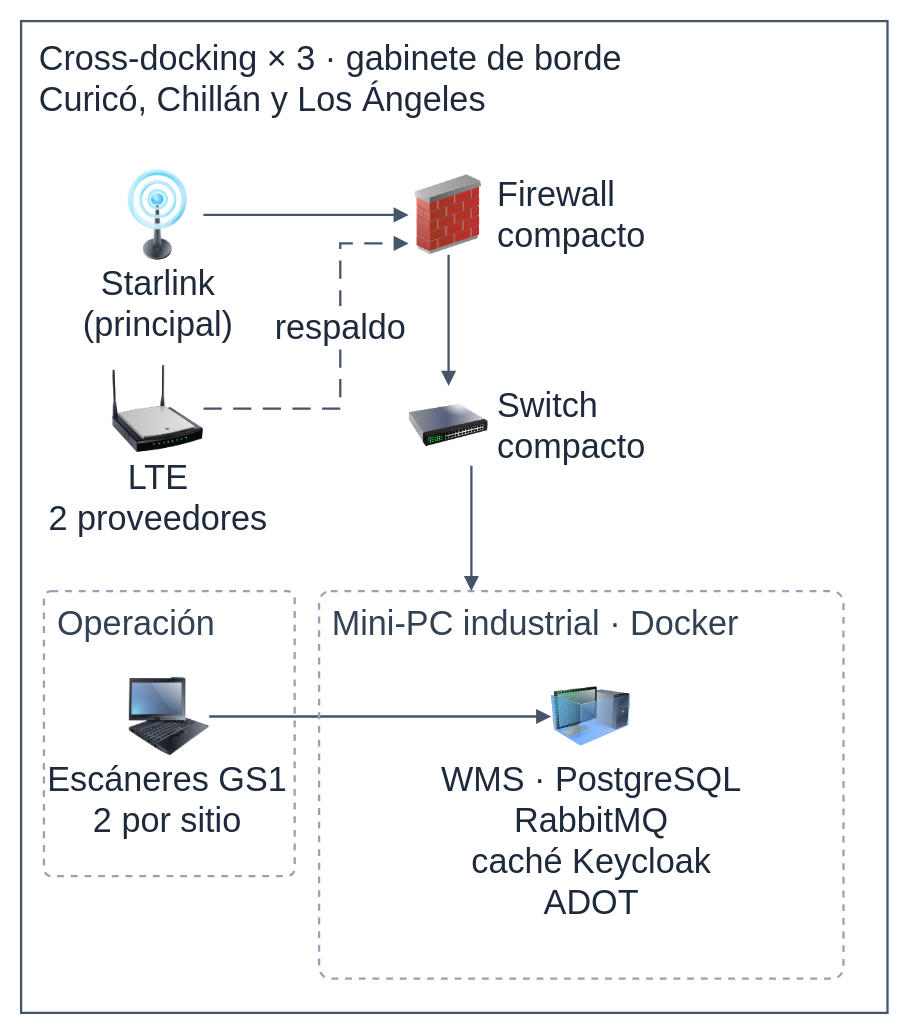
This is 04/figuras/fuentes/fisica/Arquitectura_Fisica_Crossdocking.drawio from PatricioH315/LafroX, a draw.io file, before an edit. Source tidied: cells renumbered, new cells numbered last; positions are measured from the earlier drawing's top-left corner, leaving out a move shared by most shapes. Both pictures are drawn from the tidied source at 114%, with x=0, y=0 at pixel (21, 21).
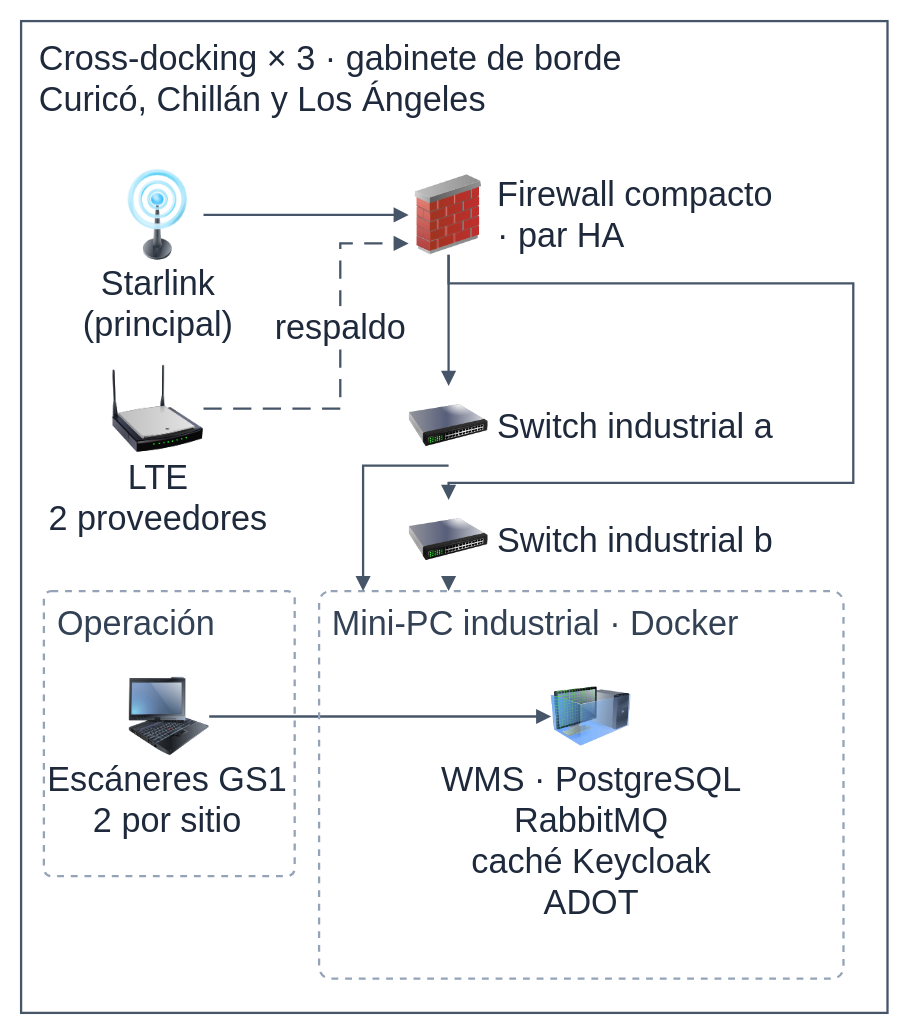
The same diagram, later.

Change to the diagram source:
```diff
@@
-    <mxCell id="8" value="Firewall&lt;br&gt;compacto" style="text;html=1;align=left;verticalAlign=middle;fontSize=30;fontColor=#1e293b;fillColor=#ffffff;whiteSpace=nowrap;spacing=0;" parent="1" vertex="1">
-      <mxGeometry x="418" y="134" width="146.9" height="72" as="geometry" />
+    <mxCell id="8" value="Firewall compacto&lt;br&gt;· par HA" style="text;html=1;align=left;verticalAlign=middle;fontSize=30;fontColor=#1e293b;fillColor=#ffffff;whiteSpace=nowrap;spacing=0;" parent="1" vertex="1">
+      <mxGeometry x="418" y="134" width="300" height="72" as="geometry" />
     </mxCell>
@@
-    <mxCell id="10" value="Switch&lt;br&gt;compacto" style="text;html=1;align=left;verticalAlign=middle;fontSize=30;fontColor=#1e293b;fillColor=#ffffff;whiteSpace=nowrap;spacing=0;" parent="1" vertex="1">
-      <mxGeometry x="418" y="319" width="146.9" height="72" as="geometry" />
+    <mxCell id="10" value="Switch industrial a" style="text;html=1;align=left;verticalAlign=middle;fontSize=30;fontColor=#1e293b;fillColor=#ffffff;whiteSpace=nowrap;spacing=0;" parent="1" vertex="1">
+      <mxGeometry x="418" y="319" width="300" height="72" as="geometry" />
     </mxCell>
@@
     <mxCell id="22" style="edgeStyle=none;rounded=0;html=1;strokeColor=#475569;strokeWidth=2;endArrow=block;endFill=1;endSize=8;" parent="1" edge="1">
       <mxGeometry relative="1" as="geometry">
-        <mxPoint x="395" y="390" as="sourcePoint" />
-        <mxPoint x="395" y="500" as="targetPoint" />
+        <mxPoint x="375" y="390" as="sourcePoint" />
+        <mxPoint x="300" y="500" as="targetPoint" />
+        <Array as="points">
+          <mxPoint x="300" y="390" />
+        </Array>
       </mxGeometry>
     </mxCell>
+    <mxCell id="23" style="image;html=1;image=img/lib/clip_art/networking/Switch_128x128.png;" parent="1" vertex="1">
+      <mxGeometry x="340" y="420" width="70" height="70" as="geometry" />
+    </mxCell>
+    <mxCell id="24" value="Switch industrial b" style="text;html=1;align=left;verticalAlign=middle;fontSize=30;fontColor=#1e293b;fillColor=#ffffff;whiteSpace=nowrap;spacing=0;" parent="1" vertex="1">
+      <mxGeometry x="418" y="419" width="300" height="72" as="geometry" />
+    </mxCell>
+    <mxCell id="25" style="edgeStyle=none;rounded=0;html=1;strokeColor=#475569;strokeWidth=2;endArrow=block;endFill=1;endSize=8;" parent="1" edge="1">
+      <mxGeometry relative="1" as="geometry">
+        <mxPoint x="375" y="205" as="sourcePoint" />
+        <mxPoint x="375" y="420" as="targetPoint" />
+        <Array as="points">
+          <mxPoint x="375" y="230" />
+          <mxPoint x="730" y="230" />
+          <mxPoint x="730" y="405" />
+          <mxPoint x="375" y="405" />
+        </Array>
+      </mxGeometry>
+    </mxCell>
+    <mxCell id="26" style="edgeStyle=none;rounded=0;html=1;strokeColor=#475569;strokeWidth=2;endArrow=block;endFill=1;endSize=8;" parent="1" edge="1">
+      <mxGeometry relative="1" as="geometry">
+        <mxPoint x="375" y="490" as="sourcePoint" />
+        <mxPoint x="375" y="500" as="targetPoint" />
+      </mxGeometry>
+    </mxCell>
```
